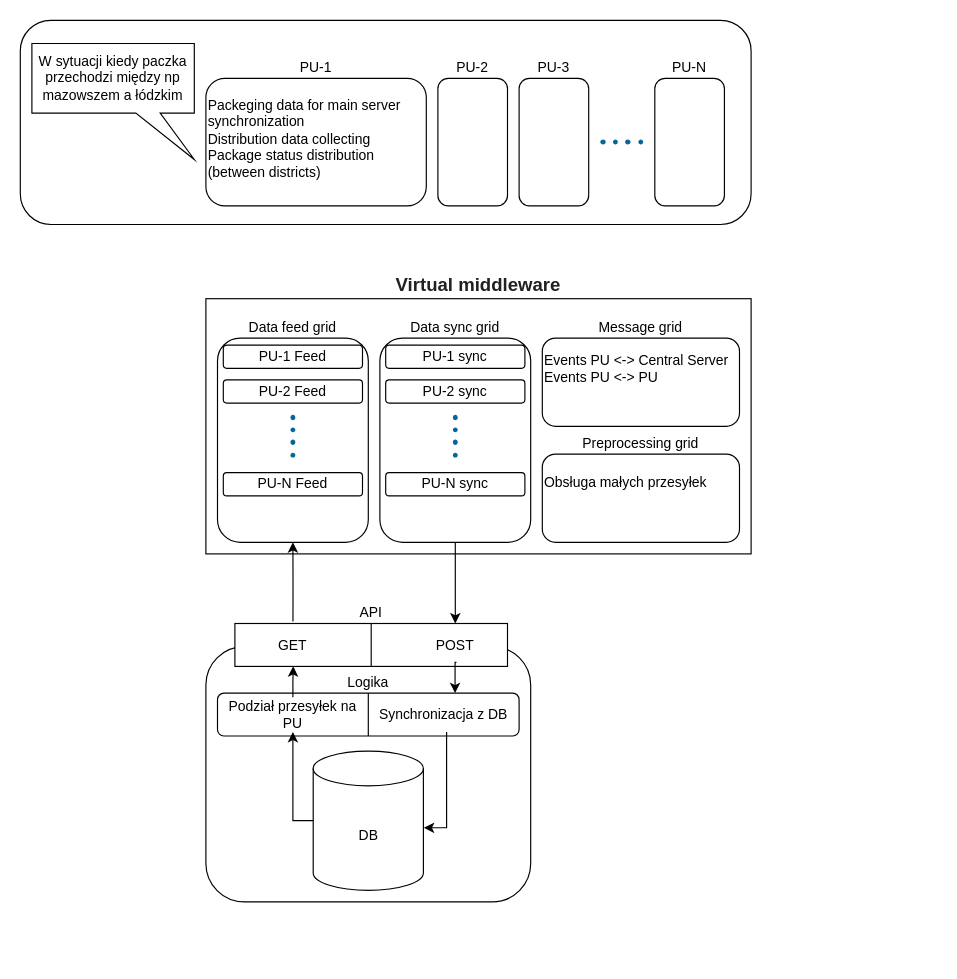
Above: page "Space Oriented Architecture" (2 of 2) of architektura.drawio in Franio2018/Projekt-Zespolowy (draw.io), before the change. Source tidied: cells renumbered, new cells numbered last; positions are measured from the earlier drawing's top-left corner, leaving out a move shared by most shapes. Both pictures are drawn from the tidied source at 116%, with x=0, y=0 at pixel (20, 20).
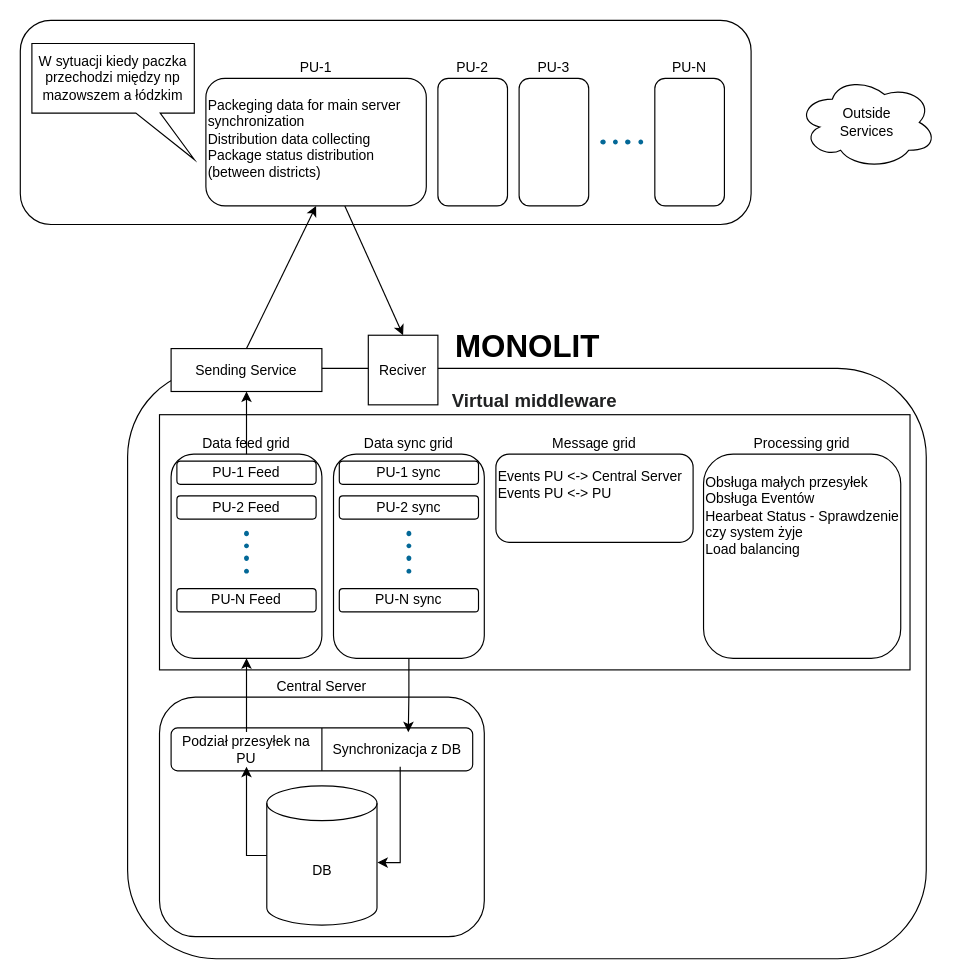
The same diagram, later.

Commit message:
Przerobienie struktury Serwera Centralnego z API na Monlity

The change refers to these unchanged cells:
```xml
<mxCell id="3" value="PU-1" style="rounded=1;whiteSpace=wrap;html=1;roundedPerimeter=1;labelPosition=center;verticalLabelPosition=top;align=center;verticalAlign=bottom;" parent="1" vertex="1">
  <mxGeometry x="160" y="50" width="190" height="110" as="geometry" />
</mxCell>
```

Diff of the diagram source:
```diff
@@
+    <mxCell id="41" value="MONOLIT" style="rounded=1;whiteSpace=wrap;html=1;roundedPerimeter=1;labelPosition=center;verticalLabelPosition=top;align=center;verticalAlign=bottom;labelPerimeter=1;fontSize=27;fontStyle=1;" parent="1" vertex="1">
+      <mxGeometry x="92.5" y="300" width="688.5" height="509" as="geometry" />
+    </mxCell>
+    <mxCell id="42" value="Central Server" style="rounded=1;whiteSpace=wrap;html=1;roundedPerimeter=1;labelPosition=center;verticalLabelPosition=top;align=center;verticalAlign=bottom;labelPerimeter=1;" parent="1" vertex="1">
+      <mxGeometry x="120" y="583.5" width="280" height="206.5" as="geometry" />
+    </mxCell>
@@
+    <mxCell id="43" style="rounded=0;jettySize=auto;html=1;entryX=0.5;entryY=0;entryDx=0;entryDy=0;defaultLabelBackgroundColor=page;" parent="1" edge="1" source="3" target="47">
+      <mxGeometry relative="1" as="geometry" />
+    </mxCell>
@@
     <mxCell id="10" value="&lt;span style=&quot;color: rgb(32, 33, 34); font-family: sans-serif; font-size: 16px; font-weight: 700; text-align: start; background-color: rgb(255, 255, 255);&quot;&gt;Virtual middleware&lt;/span&gt;" style="rounded=0;whiteSpace=wrap;html=1;labelPosition=center;verticalLabelPosition=top;align=center;verticalAlign=bottom;" parent="1" vertex="1">
-      <mxGeometry x="160" y="240" width="470" height="220" as="geometry" />
+      <mxGeometry x="120" y="340" width="647" height="220" as="geometry" />
     </mxCell>
     <mxCell id="11" value="Data feed grid" style="rounded=1;whiteSpace=wrap;html=1;roundedPerimeter=1;labelPosition=center;verticalLabelPosition=top;align=center;verticalAlign=bottom;" parent="1" vertex="1">
-      <mxGeometry x="170" y="274" width="130" height="176" as="geometry" />
+      <mxGeometry x="130" y="374" width="130" height="176" as="geometry" />
     </mxCell>
     <mxCell id="12" value="Message grid" style="rounded=1;whiteSpace=wrap;html=1;roundedPerimeter=1;labelPosition=center;verticalLabelPosition=top;align=center;verticalAlign=bottom;" parent="1" vertex="1">
-      <mxGeometry x="450" y="274" width="170" height="76" as="geometry" />
+      <mxGeometry x="410" y="374" width="170" height="76" as="geometry" />
     </mxCell>
-    <mxCell id="13" value="Preprocessing grid" style="rounded=1;whiteSpace=wrap;html=1;roundedPerimeter=1;labelPosition=center;verticalLabelPosition=top;align=center;verticalAlign=bottom;" parent="1" vertex="1">
-      <mxGeometry x="450" y="374" width="170" height="76" as="geometry" />
+    <mxCell id="13" value="Processing grid" style="rounded=1;whiteSpace=wrap;html=1;roundedPerimeter=1;labelPosition=center;verticalLabelPosition=top;align=center;verticalAlign=bottom;" parent="1" vertex="1">
+      <mxGeometry x="589" y="374" width="170" height="176" as="geometry" />
     </mxCell>
     <mxCell id="14" value="PU-1 Feed" style="rounded=1;whiteSpace=wrap;html=1;roundedPerimeter=1;" parent="1" vertex="1">
-      <mxGeometry x="175" y="280" width="120" height="20" as="geometry" />
+      <mxGeometry x="135" y="380" width="120" height="20" as="geometry" />
     </mxCell>
     <mxCell id="15" value="PU-2 Feed" style="rounded=1;whiteSpace=wrap;html=1;roundedPerimeter=1;" parent="1" vertex="1">
-      <mxGeometry x="175" y="310" width="120" height="20" as="geometry" />
+      <mxGeometry x="135" y="410" width="120" height="20" as="geometry" />
     </mxCell>
     <mxCell id="16" value="PU-N Feed" style="rounded=1;whiteSpace=wrap;html=1;roundedPerimeter=1;" parent="1" vertex="1">
-      <mxGeometry x="175" y="390" width="120" height="20" as="geometry" />
+      <mxGeometry x="135" y="490" width="120" height="20" as="geometry" />
     </mxCell>
     <mxCell id="17" style="sketch=0;html=1;dashed=0;fillColor=#036897;strokeColor=#ffffff;strokeWidth=2;verticalLabelPosition=bottom;verticalAlign=top;align=center;shape=mxgraph.cisco.misc.dot-dot;rotation=90;" parent="1" vertex="1">
-      <mxGeometry x="216.5" y="354.5" width="37" height="8" as="geometry" />
+      <mxGeometry x="176.5" y="454.5" width="37" height="8" as="geometry" />
     </mxCell>
     <mxCell id="18" value="Data sync grid" style="rounded=1;whiteSpace=wrap;html=1;roundedPerimeter=1;labelPosition=center;verticalLabelPosition=top;align=center;verticalAlign=bottom;" parent="1" vertex="1">
-      <mxGeometry x="310" y="274" width="130" height="176" as="geometry" />
+      <mxGeometry x="270" y="374" width="130" height="176" as="geometry" />
     </mxCell>
     <mxCell id="19" value="PU-1 sync" style="rounded=1;whiteSpace=wrap;html=1;roundedPerimeter=1;" parent="1" vertex="1">
-      <mxGeometry x="315" y="280" width="120" height="20" as="geometry" />
+      <mxGeometry x="275" y="380" width="120" height="20" as="geometry" />
     </mxCell>
     <mxCell id="20" value="PU-2 sync" style="rounded=1;whiteSpace=wrap;html=1;roundedPerimeter=1;" parent="1" vertex="1">
-      <mxGeometry x="315" y="310" width="120" height="20" as="geometry" />
+      <mxGeometry x="275" y="410" width="120" height="20" as="geometry" />
     </mxCell>
     <mxCell id="21" value="PU-N sync" style="rounded=1;whiteSpace=wrap;html=1;roundedPerimeter=1;" parent="1" vertex="1">
-      <mxGeometry x="315" y="390" width="120" height="20" as="geometry" />
+      <mxGeometry x="275" y="490" width="120" height="20" as="geometry" />
     </mxCell>
     <mxCell id="22" style="sketch=0;html=1;dashed=0;fillColor=#036897;strokeColor=#ffffff;strokeWidth=2;verticalLabelPosition=bottom;verticalAlign=top;align=center;shape=mxgraph.cisco.misc.dot-dot;rotation=90;" parent="1" vertex="1">
-      <mxGeometry x="356.5" y="354.5" width="37" height="8" as="geometry" />
+      <mxGeometry x="316.5" y="454.5" width="37" height="8" as="geometry" />
     </mxCell>
     <mxCell id="23" value="Events PU &amp;lt;-&amp;gt; Central Server&lt;div&gt;Events PU &amp;lt;-&amp;gt; PU&lt;/div&gt;" style="text;html=1;whiteSpace=wrap;strokeColor=none;fillColor=none;align=left;verticalAlign=top;rounded=0;" parent="1" vertex="1">
-      <mxGeometry x="450" y="280" width="170" height="60" as="geometry" />
+      <mxGeometry x="410" y="380" width="170" height="60" as="geometry" />
     </mxCell>
-    <mxCell id="24" value="Obsługa małych przesyłek" style="text;html=1;whiteSpace=wrap;strokeColor=none;fillColor=none;align=left;verticalAlign=top;rounded=0;" parent="1" vertex="1">
-      <mxGeometry x="450" y="385" width="170" height="60" as="geometry" />
+    <mxCell id="24" value="Obsługa małych przesyłek&lt;div&gt;Obsługa Eventów&lt;/div&gt;&lt;div&gt;Hearbeat Status - Sprawdzenie czy system żyje&amp;nbsp;&lt;/div&gt;&lt;div&gt;Load balancing&lt;/div&gt;&lt;div&gt;&lt;br&gt;&lt;/div&gt;" style="text;html=1;whiteSpace=wrap;strokeColor=none;fillColor=none;align=left;verticalAlign=top;rounded=0;" parent="1" vertex="1">
+      <mxGeometry x="589" y="385" width="170" height="155" as="geometry" />
     </mxCell>
-    <mxCell id="25" style="edgeStyle=orthogonalEdgeStyle;rounded=0;jettySize=auto;html=1;exitX=0.5;exitY=1;exitDx=0;exitDy=0;" parent="1" edge="1" source="18" target="28">
-      <mxGeometry relative="1" as="geometry">
-        <Array as="points">
-          <mxPoint x="375" y="510" />
-          <mxPoint x="375" y="510" />
-        </Array>
-      </mxGeometry>
-    </mxCell>
-    <mxCell id="26" style="endArrow=classic;html=1;rounded=0;exitX=0.213;exitY=-0.044;exitDx=0;exitDy=0;entryX=0.5;entryY=1;entryDx=0;entryDy=0;exitPerimeter=0;edgeStyle=orthogonalEdgeStyle;" parent="1" edge="1" source="28" target="11">
-      <mxGeometry x="-0.11" relative="1" as="geometry" />
-    </mxCell>
-    <mxCell id="27" style="rounded=1;whiteSpace=wrap;html=1;roundedPerimeter=1;" parent="1" vertex="1">
-      <mxGeometry x="160" y="540" width="280" height="220" as="geometry" />
-    </mxCell>
-    <mxCell id="28" value="API" style="rounded=0;whiteSpace=wrap;html=1;verticalAlign=bottom;labelPosition=center;verticalLabelPosition=top;align=center;" parent="1" vertex="1">
-      <mxGeometry x="185" y="520" width="235" height="37" as="geometry" />
-    </mxCell>
-    <mxCell id="29" value="Logika" style="rounded=1;whiteSpace=wrap;html=1;roundedPerimeter=1;labelPosition=center;verticalLabelPosition=top;align=center;verticalAlign=bottom;" parent="1" vertex="1">
-      <mxGeometry x="170" y="580" width="260" height="37" as="geometry" />
+    <mxCell id="29" style="rounded=1;whiteSpace=wrap;html=1;roundedPerimeter=1;labelPosition=center;verticalLabelPosition=top;align=center;verticalAlign=bottom;" parent="1" vertex="1">
+      <mxGeometry x="130" y="610" width="260" height="37" as="geometry" />
     </mxCell>
@@
     <mxCell id="31" value="Podział przesyłek na PU" style="text;html=1;whiteSpace=wrap;strokeColor=none;fillColor=none;align=center;verticalAlign=middle;rounded=0;" parent="1" vertex="1">
-      <mxGeometry x="170" y="583.5" width="130" height="30" as="geometry" />
+      <mxGeometry x="130" y="613.5" width="130" height="30" as="geometry" />
     </mxCell>
-    <mxCell id="32" style="endArrow=classic;html=1;rounded=0;exitX=0.5;exitY=0;exitDx=0;exitDy=0;entryX=0.214;entryY=0.997;entryDx=0;entryDy=0;entryPerimeter=0;edgeStyle=orthogonalEdgeStyle;" parent="1" edge="1" source="31" target="28">
+    <mxCell id="32" style="endArrow=classic;html=1;rounded=0;exitX=0.5;exitY=0;exitDx=0;exitDy=0;edgeStyle=orthogonalEdgeStyle;" parent="1" edge="1" source="31" target="11">
       <mxGeometry relative="1" as="geometry" />
     </mxCell>
-    <mxCell id="33" style="endArrow=none;html=1;rounded=0;exitX=0.5;exitY=1;exitDx=0;exitDy=0;entryX=0.5;entryY=0;entryDx=0;entryDy=0;" parent="1" edge="1" source="28" target="28">
-      <mxGeometry relative="1" as="geometry" />
-    </mxCell>
-    <mxCell id="34" value="POST" style="text;html=1;whiteSpace=wrap;strokeColor=none;fillColor=none;align=center;verticalAlign=middle;rounded=0;" parent="1" vertex="1">
-      <mxGeometry x="345" y="523.5" width="60" height="30" as="geometry" />
-    </mxCell>
-    <mxCell id="35" style="edgeStyle=orthogonalEdgeStyle;rounded=0;orthogonalLoop=1;jettySize=auto;html=1;entryX=0.79;entryY=-0.011;entryDx=0;entryDy=0;" parent="1" edge="1">
-      <mxGeometry relative="1" as="geometry">
-        <mxPoint x="376" y="553.5" as="sourcePoint" />
-        <mxPoint x="374.8" y="580" as="targetPoint" />
-      </mxGeometry>
+    <mxCell id="35" style="edgeStyle=orthogonalEdgeStyle;rounded=0;jettySize=auto;html=1;entryX=0.573;entryY=0.007;entryDx=0;entryDy=0;entryPerimeter=0;" parent="1" edge="1" source="18" target="37">
+      <mxGeometry x="0.79" relative="1" as="geometry" />
     </mxCell>
-    <mxCell id="36" value="GET" style="text;html=1;whiteSpace=wrap;strokeColor=none;fillColor=none;align=center;verticalAlign=middle;rounded=0;" parent="1" vertex="1">
-      <mxGeometry x="205" y="523.5" width="60" height="30" as="geometry" />
-    </mxCell>
     <mxCell id="37" value="Synchronizacja z DB" style="text;html=1;whiteSpace=wrap;strokeColor=none;fillColor=none;align=center;verticalAlign=middle;rounded=0;" parent="1" vertex="1">
-      <mxGeometry x="300" y="583.5" width="130" height="30" as="geometry" />
+      <mxGeometry x="260" y="613.5" width="130" height="30" as="geometry" />
     </mxCell>
     <mxCell id="38" value="DB" style="shape=cylinder3;whiteSpace=wrap;html=1;boundedLbl=1;backgroundOutline=1;size=15;" parent="1" vertex="1">
-      <mxGeometry x="252.5" y="630" width="95" height="120" as="geometry" />
+      <mxGeometry x="212.5" y="660" width="95" height="120" as="geometry" />
     </mxCell>
     <mxCell id="39" style="edgeStyle=orthogonalEdgeStyle;rounded=0;jettySize=auto;html=1;exitX=0;exitY=0.5;exitDx=0;exitDy=0;exitPerimeter=0;" parent="1" edge="1" source="38" target="31">
       <mxGeometry relative="1" as="geometry">
         <Array as="points">
-          <mxPoint x="235" y="690" />
+          <mxPoint x="195" y="720" />
         </Array>
       </mxGeometry>
     </mxCell>
     <mxCell id="40" style="edgeStyle=orthogonalEdgeStyle;rounded=0;jettySize=auto;html=1;entryX=1.004;entryY=0.551;entryDx=0;entryDy=0;entryPerimeter=0;" parent="1" edge="1" source="37" target="38">
       <mxGeometry x="-0.03" relative="1" as="geometry">
         <Array as="points">
-          <mxPoint x="367.5" y="696.1" />
+          <mxPoint x="327.5" y="726.1" />
         </Array>
       </mxGeometry>
     </mxCell>
+    <mxCell id="44" value="Sending Service" style="rounded=0;whiteSpace=wrap;html=1;" parent="1" vertex="1">
+      <mxGeometry x="130" y="283" width="130" height="37" as="geometry" />
+    </mxCell>
+    <mxCell id="45" style="endArrow=classic;html=1;rounded=0;defaultLabelBackgroundColor=page;exitX=0.5;exitY=0;exitDx=0;exitDy=0;entryX=0.5;entryY=1;entryDx=0;entryDy=0;" parent="1" edge="1" source="11" target="44">
+      <mxGeometry relative="1" as="geometry" />
+    </mxCell>
+    <mxCell id="46" style="endArrow=classic;html=1;rounded=0;defaultLabelBackgroundColor=page;exitX=0.5;exitY=0;exitDx=0;exitDy=0;entryX=0.5;entryY=1;entryDx=0;entryDy=0;" parent="1" edge="1" source="44" target="3">
+      <mxGeometry relative="1" as="geometry" />
+    </mxCell>
+    <mxCell id="47" value="Reciver" style="rounded=0;whiteSpace=wrap;html=1;" parent="1" vertex="1">
+      <mxGeometry x="300" y="271.5" width="60" height="60" as="geometry" />
+    </mxCell>
+    <mxCell id="48" value="Outside&lt;div&gt;Services&lt;/div&gt;" style="ellipse;shape=cloud;whiteSpace=wrap;html=1;perimeter=cloudPerimeter;" parent="1" vertex="1">
+      <mxGeometry x="670" y="48" width="120" height="80" as="geometry" />
+    </mxCell>
```
